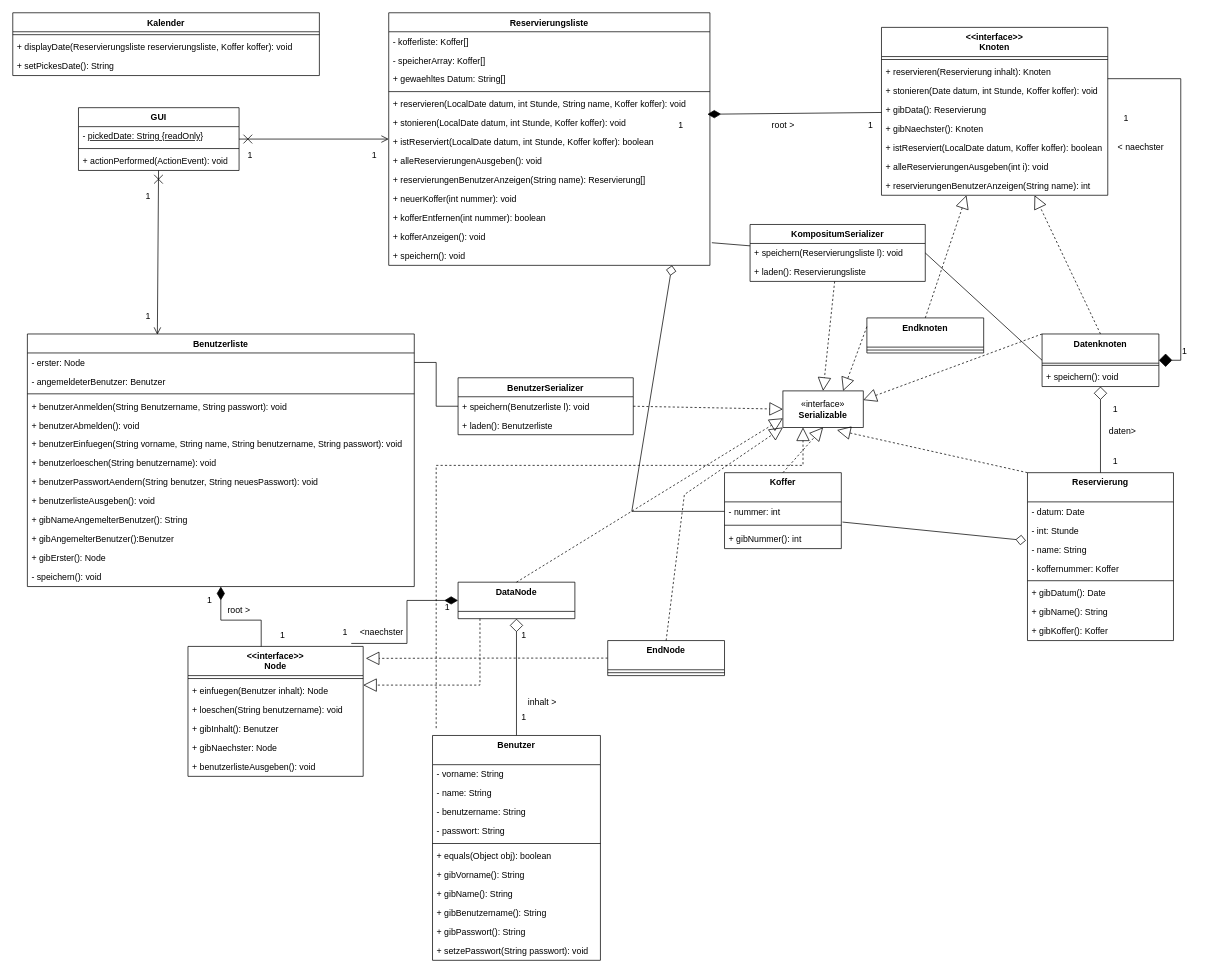
Before: Klassendiagramm.drawio in Klette80/Ipadkofferleihsystem, a draw.io diagram. Source tidied: cells renumbered, new cells numbered last; positions are measured from the earlier drawing's top-left corner, leaving out a move shared by most shapes. Both pictures are drawn from the tidied source at 73%, with x=0, y=0 at pixel (12, 12).
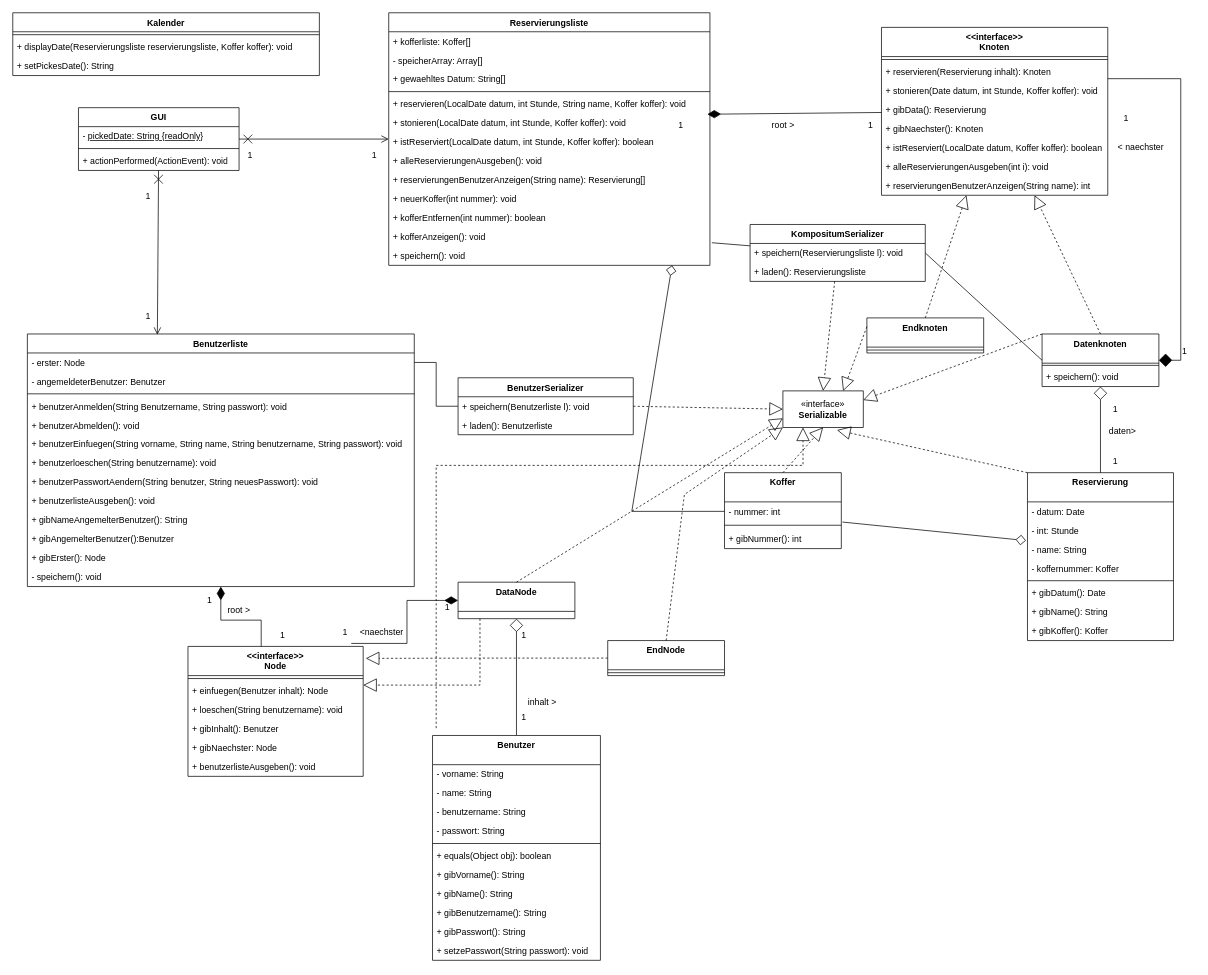
After the change.

The change refers to these unchanged cells:
```xml
<mxCell id="11" value="Reservierungsliste" style="swimlane;fontStyle=1;align=center;verticalAlign=top;horizontal=1;startSize=26;" parent="1" vertex="1">
  <mxGeometry x="515" width="440" height="346" as="geometry" />
</mxCell>
```

The edit, as a diff of the source:
```diff
@@
-    <mxCell id="12" value="- kofferliste: Koffer[]" style="text;strokeColor=none;fillColor=none;align=left;verticalAlign=top;spacingLeft=4;spacingRight=4;overflow=hidden;" parent="11" vertex="1">
+    <mxCell id="12" value="+ kofferliste: Koffer[]" style="text;strokeColor=none;fillColor=none;align=left;verticalAlign=top;spacingLeft=4;spacingRight=4;overflow=hidden;" parent="11" vertex="1">
       <mxGeometry y="26" width="440" height="26" as="geometry" />
     </mxCell>
-    <mxCell id="13" value="- speicherArray: Koffer[]" style="text;strokeColor=none;fillColor=none;align=left;verticalAlign=top;spacingLeft=4;spacingRight=4;overflow=hidden;" parent="11" vertex="1">
+    <mxCell id="13" value="- speicherArray: Array[]" style="text;strokeColor=none;fillColor=none;align=left;verticalAlign=top;spacingLeft=4;spacingRight=4;overflow=hidden;" parent="11" vertex="1">
       <mxGeometry y="52" width="440" height="26" as="geometry" />
     </mxCell>
```
